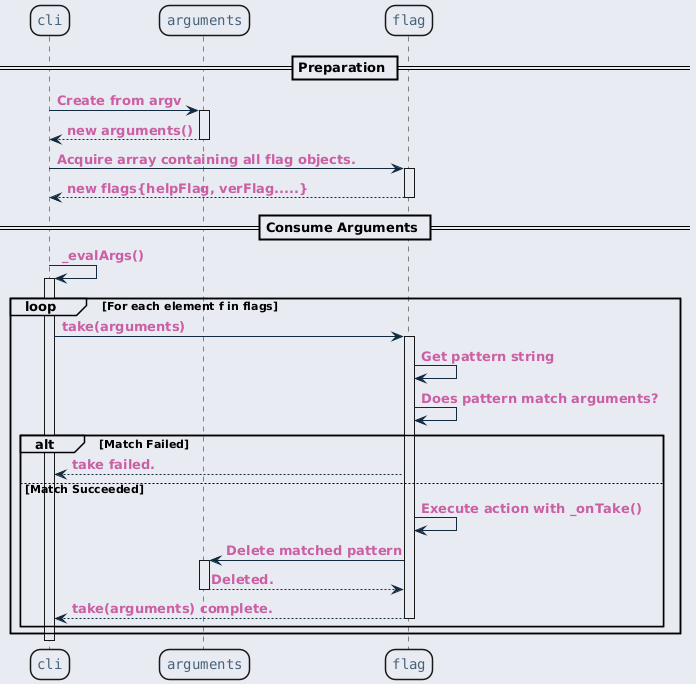
This is ref/generated/ko/inline_umlgraph_40.png from byeolang/website, a PlantUML export, as it was before one commit.
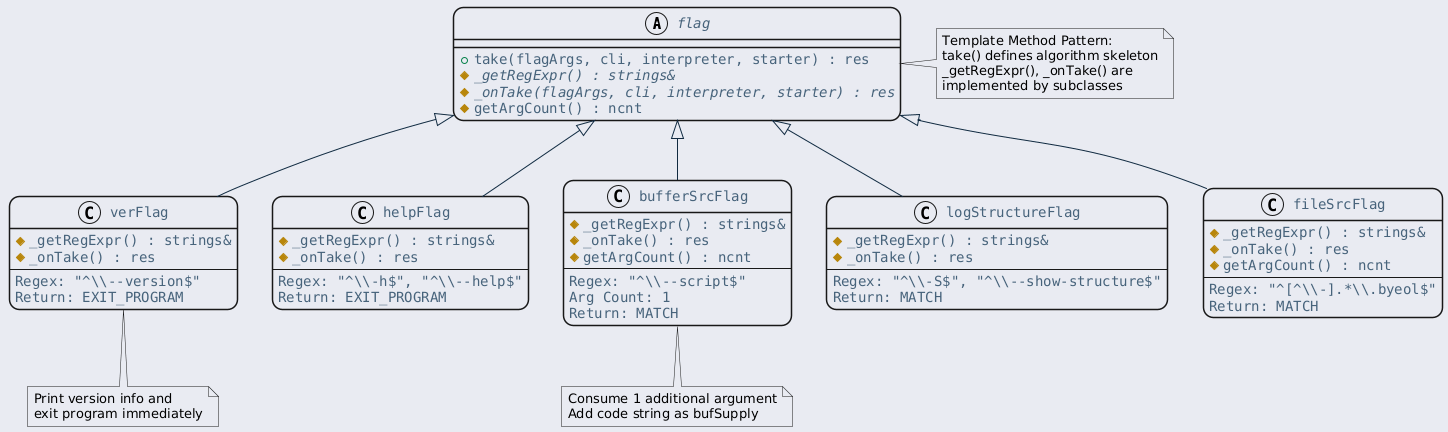
The same diagram one commit later.

The edit, as a diff of the source:
```diff
@@ -23,44 +23,76 @@
     }
 }
 </style>
-participant "cli" as c
-participant "arguments" as a
-participant "flag" as f
+abstract class flag {
+    + take(flagArgs, cli, interpreter, starter) : res
+    # {abstract} _getRegExpr() : strings&
+    # {abstract} _onTake(flagArgs, cli, interpreter, starter) : res
+    # getArgCount() : ncnt
+}
 
-== Preparation ==
+note right of flag
+  Template Method Pattern:
+  take() defines algorithm skeleton
+  _getRegExpr(), _onTake() are
+  implemented by subclasses
+end note
 
-c -> a: Create from argv
-activate a
-a --> c: new arguments()
-deactivate a
+class verFlag {
+    # _getRegExpr() : strings&
+    # _onTake() : res
+    --
+    Regex: "^\\\\--version$"
+    Return: EXIT_PROGRAM
+}
 
-c -> f: Acquire array containing all flag objects.
-activate f
-f --> c: new flags{helpFlag, verFlag.....}
-deactivate f
+class helpFlag {
+    # _getRegExpr() : strings&
+    # _onTake() : res
+    --
+    Regex: "^\\\\-h$", "^\\\\--help$"
+    Return: EXIT_PROGRAM
+}
 
+class bufferSrcFlag {
+    # _getRegExpr() : strings&
+    # _onTake() : res
+    # getArgCount() : ncnt
+    --
+    Regex: "^\\\\--script$"
+    Arg Count: 1
+    Return: MATCH
+}
 
-== Consume Arguments ==
+class logStructureFlag {
+    # _getRegExpr() : strings&
+    # _onTake() : res
+    --
+    Regex: "^\\\\-S$", "^\\\\--show-structure$"
+    Return: MATCH
+}
 
-c -> c: _evalArgs()
-activate c
+class fileSrcFlag {
+    # _getRegExpr() : strings&
+    # _onTake() : res
+    # getArgCount() : ncnt
+    --
+    Regex: "^[^\\\\-].*\\\\.byeol$"
+    Return: MATCH
+}
 
-loop For each element f in flags
-  c -> f: take(arguments)
-  activate f
-  f -> f: Get pattern string
-  f -> f: Does pattern match arguments?
-  alt Match Failed
-    f --> c: take failed.
-  else Match Succeeded
-    f -> f: Execute action with _onTake()
-    f -> a: Delete matched pattern
-    activate a
-    a --> f: Deleted.
-    deactivate a
-    f --> c: take(arguments) complete.
-    deactivate f
-  end
-end
-deactivate c
+flag <|-- verFlag
+flag <|-- helpFlag
+flag <|-- bufferSrcFlag
+flag <|-- logStructureFlag
+flag <|-- fileSrcFlag
+
+note bottom of verFlag
+  Print version info and
+  exit program immediately
+end note
+
+note bottom of bufferSrcFlag
+  Consume 1 additional argument
+  Add code string as bufSupply
+end note
 @enduml
```
